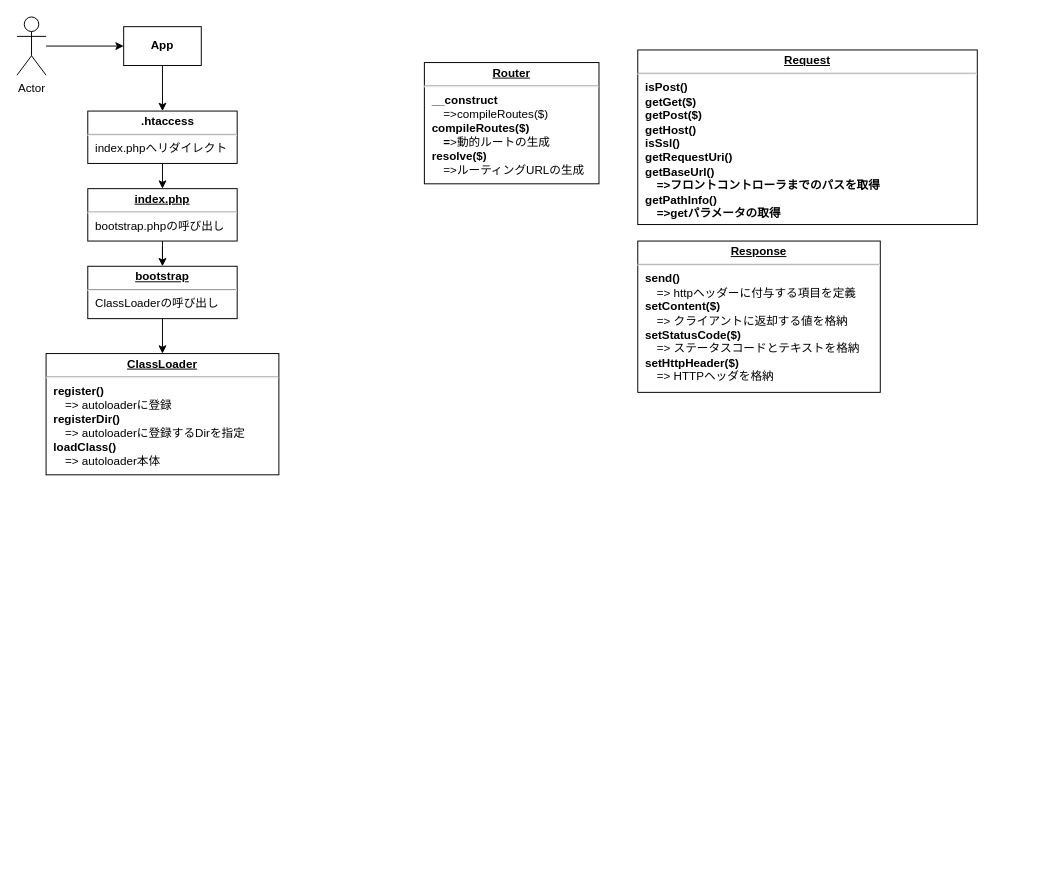
Before: document/Untitled Diagram.drawio in hanahageWanko/kakeibo, a draw.io diagram. Source tidied: cells renumbered, new cells numbered last; positions are measured from the earlier drawing's top-left corner, leaving out a move shared by most shapes. Both pictures are drawn from the tidied source at 97%, with x=0, y=0 at pixel (16, 16).
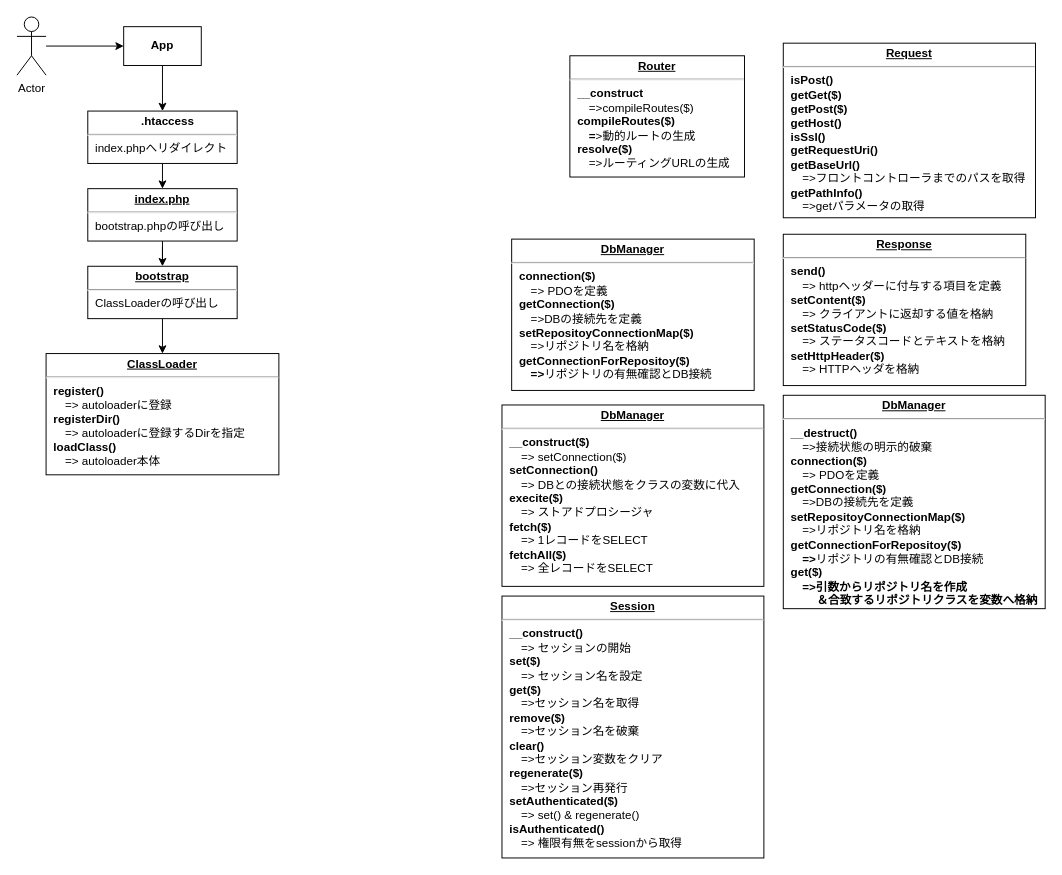
Above is the later version.

Change to the diagram source:
```diff
@@
 <mxGraphModel background="#ffffff">
   <root>
     <mxCell id="0" />
     <mxCell id="1" parent="0" />
     <mxCell id="2" value="&lt;p style=&quot;margin: 0px ; margin-top: 4px ; text-align: center ; text-decoration: underline&quot;&gt;&lt;b&gt;ClassLoader&lt;/b&gt;&lt;/p&gt;&lt;hr&gt;&lt;p style=&quot;margin: 0px ; margin-left: 8px&quot;&gt;&lt;b&gt;register()&lt;/b&gt;&lt;/p&gt;&lt;p style=&quot;margin: 0px ; margin-left: 8px&quot;&gt;　=&amp;gt; autoloaderに登録&lt;b&gt;&lt;br&gt;&lt;/b&gt;&lt;/p&gt;&lt;p style=&quot;margin: 0px ; margin-left: 8px&quot;&gt;&lt;b&gt;registerDir()&lt;/b&gt;&lt;/p&gt;&lt;p style=&quot;margin: 0px ; margin-left: 8px&quot;&gt;　=&amp;gt; autoloaderに登録するDirを指定&lt;b&gt;&lt;br&gt;&lt;/b&gt;&lt;/p&gt;&lt;p style=&quot;margin: 0px ; margin-left: 8px&quot;&gt;&lt;b&gt;loadClass()&lt;/b&gt;&lt;/p&gt;&lt;p style=&quot;margin: 0px ; margin-left: 8px&quot;&gt;　=&amp;gt; autoloader本体&lt;/p&gt;" style="verticalAlign=top;align=left;overflow=fill;fontSize=12;fontFamily=Helvetica;html=1;rounded=0;shadow=0;comic=0;labelBackgroundColor=none;strokeWidth=1;" parent="1" vertex="1">
       <mxGeometry x="30" y="347" width="240" height="125" as="geometry" />
     </mxCell>
     <mxCell id="3" style="edgeStyle=orthogonalEdgeStyle;rounded=0;jettySize=auto;html=1;exitX=0.5;exitY=1;exitDx=0;exitDy=0;entryX=0.5;entryY=0;entryDx=0;entryDy=0;" parent="1" edge="1" source="4" target="2">
       <mxGeometry relative="1" as="geometry" />
     </mxCell>
     <mxCell id="4" value="&lt;p style=&quot;margin: 0px ; margin-top: 4px ; text-align: center ; text-decoration: underline&quot;&gt;&lt;b&gt;bootstrap&lt;/b&gt;&lt;/p&gt;&lt;hr&gt;&lt;p style=&quot;margin: 0px ; margin-left: 8px&quot;&gt;ClassLoaderの呼び出し&lt;br&gt;&lt;/p&gt;&lt;p style=&quot;margin: 0px ; margin-left: 8px&quot;&gt;&lt;br&gt;&lt;/p&gt;" style="verticalAlign=top;align=left;overflow=fill;fontSize=12;fontFamily=Helvetica;html=1;rounded=0;shadow=0;comic=0;labelBackgroundColor=none;strokeWidth=1;" parent="1" vertex="1">
       <mxGeometry x="73" y="257" width="154" height="54" as="geometry" />
     </mxCell>
     <mxCell id="5" style="edgeStyle=orthogonalEdgeStyle;rounded=0;jettySize=auto;html=1;exitX=0.5;exitY=1;exitDx=0;exitDy=0;" parent="1" edge="1" source="6" target="4">
       <mxGeometry relative="1" as="geometry" />
     </mxCell>
     <mxCell id="6" value="&lt;p style=&quot;margin: 0px ; margin-top: 4px ; text-align: center ; text-decoration: underline&quot;&gt;&lt;b&gt;index.php&lt;/b&gt;&lt;/p&gt;&lt;hr&gt;&lt;p style=&quot;margin: 0px ; margin-left: 8px&quot;&gt;bootstrap.phpの呼び出し&lt;br&gt;&lt;/p&gt;&lt;p style=&quot;margin: 0px ; margin-left: 8px&quot;&gt;&lt;br&gt;&lt;/p&gt;" style="verticalAlign=top;align=left;overflow=fill;fontSize=12;fontFamily=Helvetica;html=1;rounded=0;shadow=0;comic=0;labelBackgroundColor=none;strokeWidth=1;" parent="1" vertex="1">
       <mxGeometry x="73" y="177" width="154" height="54" as="geometry" />
     </mxCell>
     <mxCell id="7" style="edgeStyle=orthogonalEdgeStyle;rounded=0;jettySize=auto;html=1;entryX=0;entryY=0.5;entryDx=0;entryDy=0;" parent="1" edge="1" source="8" target="10">
       <mxGeometry relative="1" as="geometry" />
     </mxCell>
     <mxCell id="8" value="Actor" style="shape=umlActor;verticalLabelPosition=bottom;verticalAlign=top;html=1;outlineConnect=0;" parent="1" vertex="1">
       <mxGeometry width="30" height="60" as="geometry" />
     </mxCell>
     <mxCell id="9" style="edgeStyle=orthogonalEdgeStyle;rounded=0;jettySize=auto;html=1;exitX=0.5;exitY=1;exitDx=0;exitDy=0;" parent="1" edge="1" source="10" target="12">
       <mxGeometry relative="1" as="geometry" />
     </mxCell>
     <mxCell id="10" value="App" style="rounded=0;whiteSpace=wrap;html=1;align=center;fontStyle=1;" parent="1" vertex="1">
       <mxGeometry x="110" y="10" width="80" height="40" as="geometry" />
     </mxCell>
     <mxCell id="11" style="edgeStyle=orthogonalEdgeStyle;rounded=0;jettySize=auto;html=1;exitX=0.5;exitY=1;exitDx=0;exitDy=0;entryX=0.5;entryY=0;entryDx=0;entryDy=0;" parent="1" edge="1" source="12" target="6">
       <mxGeometry relative="1" as="geometry" />
     </mxCell>
     <mxCell id="12" value="&lt;p style=&quot;margin: 0px ; margin-top: 4px ; text-align: center ; text-decoration: underline&quot;&gt;&lt;/p&gt;&lt;p style=&quot;text-align: center ; margin: 0px 0px 0px 8px&quot;&gt;&lt;b&gt;&amp;nbsp;.htaccess&lt;/b&gt;&lt;/p&gt;&lt;hr&gt;&lt;p style=&quot;margin: 0px ; margin-left: 8px&quot;&gt;index.phpへリダイレクト&lt;/p&gt;" style="verticalAlign=top;align=left;overflow=fill;fontSize=12;fontFamily=Helvetica;html=1;rounded=0;shadow=0;comic=0;labelBackgroundColor=none;strokeWidth=1;" parent="1" vertex="1">
       <mxGeometry x="73" y="97" width="154" height="54" as="geometry" />
     </mxCell>
-    <mxCell id="13" value="&lt;p style=&quot;margin: 0px ; margin-top: 4px ; text-align: center ; text-decoration: underline&quot;&gt;&lt;b&gt;Request&lt;/b&gt;&lt;/p&gt;&lt;hr&gt;&lt;p style=&quot;margin: 0px ; margin-left: 8px&quot;&gt;&lt;b&gt;isPost()&lt;/b&gt;&lt;/p&gt;&lt;p style=&quot;margin: 0px ; margin-left: 8px&quot;&gt;&lt;b&gt;getGet($)&lt;/b&gt;&lt;/p&gt;&lt;p style=&quot;margin: 0px ; margin-left: 8px&quot;&gt;&lt;b&gt;getPost($)&lt;/b&gt;&lt;/p&gt;&lt;p style=&quot;margin: 0px ; margin-left: 8px&quot;&gt;&lt;b&gt;getHost()&lt;/b&gt;&lt;/p&gt;&lt;p style=&quot;margin: 0px ; margin-left: 8px&quot;&gt;&lt;b&gt;isSsl()&lt;/b&gt;&lt;/p&gt;&lt;p style=&quot;margin: 0px ; margin-left: 8px&quot;&gt;&lt;b&gt;getRequestUri()&lt;/b&gt;&lt;/p&gt;&lt;p style=&quot;margin: 0px ; margin-left: 8px&quot;&gt;&lt;b&gt;getBaseUrl()&lt;/b&gt;&lt;/p&gt;&lt;p style=&quot;margin: 0px ; margin-left: 8px&quot;&gt;&lt;b&gt;　=&amp;gt;フロントコントローラまでのパスを取得&lt;/b&gt;&lt;/p&gt;&lt;p style=&quot;margin: 0px ; margin-left: 8px&quot;&gt;&lt;b&gt;getPathInfo()&lt;/b&gt;&lt;/p&gt;&lt;p style=&quot;margin: 0px ; margin-left: 8px&quot;&gt;&lt;b&gt;　=&amp;gt;getパラメータの取得&lt;/b&gt;&lt;/p&gt;" style="verticalAlign=top;align=left;overflow=fill;fontSize=12;fontFamily=Helvetica;html=1;rounded=0;shadow=0;comic=0;labelBackgroundColor=none;strokeWidth=1;" parent="1" vertex="1">
-      <mxGeometry x="640" y="34" width="350" height="180" as="geometry" />
+    <mxCell id="13" value="&lt;p style=&quot;margin: 0px ; margin-top: 4px ; text-align: center ; text-decoration: underline&quot;&gt;&lt;b&gt;Request&lt;/b&gt;&lt;/p&gt;&lt;hr&gt;&lt;p style=&quot;margin: 0px ; margin-left: 8px&quot;&gt;&lt;b&gt;isPost()&lt;/b&gt;&lt;/p&gt;&lt;p style=&quot;margin: 0px ; margin-left: 8px&quot;&gt;&lt;b&gt;getGet($)&lt;/b&gt;&lt;/p&gt;&lt;p style=&quot;margin: 0px ; margin-left: 8px&quot;&gt;&lt;b&gt;getPost($)&lt;/b&gt;&lt;/p&gt;&lt;p style=&quot;margin: 0px ; margin-left: 8px&quot;&gt;&lt;b&gt;getHost()&lt;/b&gt;&lt;/p&gt;&lt;p style=&quot;margin: 0px ; margin-left: 8px&quot;&gt;&lt;b&gt;isSsl()&lt;/b&gt;&lt;/p&gt;&lt;p style=&quot;margin: 0px ; margin-left: 8px&quot;&gt;&lt;b&gt;getRequestUri()&lt;/b&gt;&lt;/p&gt;&lt;p style=&quot;margin: 0px ; margin-left: 8px&quot;&gt;&lt;b&gt;getBaseUrl()&lt;/b&gt;&lt;/p&gt;&lt;p style=&quot;margin: 0px ; margin-left: 8px&quot;&gt;　=&amp;gt;フロントコントローラまでのパスを取得&lt;/p&gt;&lt;p style=&quot;margin: 0px ; margin-left: 8px&quot;&gt;&lt;b&gt;getPathInfo()&lt;/b&gt;&lt;/p&gt;&lt;p style=&quot;margin: 0px ; margin-left: 8px&quot;&gt;&lt;b&gt;　&lt;/b&gt;=&amp;gt;getパラメータの取得&lt;/p&gt;" style="verticalAlign=top;align=left;overflow=fill;fontSize=12;fontFamily=Helvetica;html=1;rounded=0;shadow=0;comic=0;labelBackgroundColor=none;strokeWidth=1;" parent="1" vertex="1">
+      <mxGeometry x="790" y="27" width="260" height="180" as="geometry" />
     </mxCell>
     <mxCell id="14" value="&lt;p style=&quot;margin: 0px ; margin-top: 4px ; text-align: center ; text-decoration: underline&quot;&gt;&lt;b&gt;Router&lt;/b&gt;&lt;/p&gt;&lt;hr&gt;&lt;p style=&quot;margin: 0px ; margin-left: 8px&quot;&gt;&lt;b&gt;__construct&lt;/b&gt;&lt;/p&gt;&lt;p style=&quot;margin: 0px ; margin-left: 8px&quot;&gt;&lt;b&gt;　&lt;/b&gt;=&amp;gt;compileRoutes($)&lt;/p&gt;&lt;p style=&quot;margin: 0px ; margin-left: 8px&quot;&gt;&lt;b&gt;compileRoutes($)&lt;/b&gt;&lt;/p&gt;&lt;p style=&quot;margin: 0px ; margin-left: 8px&quot;&gt;&lt;b&gt;　=&lt;/b&gt;&amp;gt;動的ルートの生成&lt;/p&gt;&lt;p style=&quot;margin: 0px ; margin-left: 8px&quot;&gt;&lt;b&gt;resolve($)&lt;/b&gt;&lt;/p&gt;&lt;p style=&quot;margin: 0px ; margin-left: 8px&quot;&gt;&lt;b&gt;　&lt;/b&gt;=&amp;gt;ルーティングURLの生成&lt;/p&gt;" style="verticalAlign=top;align=left;overflow=fill;fontSize=12;fontFamily=Helvetica;html=1;rounded=0;shadow=0;comic=0;labelBackgroundColor=none;strokeWidth=1;" parent="1" vertex="1">
-      <mxGeometry x="420" y="47" width="180" height="125" as="geometry" />
+      <mxGeometry x="570" y="40" width="180" height="125" as="geometry" />
     </mxCell>
     <mxCell id="15" value="&lt;p style=&quot;margin: 0px ; margin-top: 4px ; text-align: center ; text-decoration: underline&quot;&gt;&lt;b&gt;Response&lt;/b&gt;&lt;/p&gt;&lt;hr&gt;&lt;p style=&quot;margin: 0px ; margin-left: 8px&quot;&gt;&lt;b&gt;send()&lt;/b&gt;&lt;/p&gt;&lt;p style=&quot;margin: 0px ; margin-left: 8px&quot;&gt;&lt;b&gt;　&lt;/b&gt;=&amp;gt; httpヘッダーに付与する項目を定義&lt;/p&gt;&lt;p style=&quot;margin: 0px ; margin-left: 8px&quot;&gt;&lt;b&gt;setContent($)&lt;/b&gt;&lt;/p&gt;&lt;p style=&quot;margin: 0px ; margin-left: 8px&quot;&gt;&lt;b&gt;　&lt;/b&gt;=&amp;gt; クライアントに返却する値を格納&lt;/p&gt;&lt;p style=&quot;margin: 0px ; margin-left: 8px&quot;&gt;&lt;b&gt;setStatusCode($)&lt;/b&gt;&lt;/p&gt;&lt;p style=&quot;margin: 0px ; margin-left: 8px&quot;&gt;&lt;b&gt;　&lt;/b&gt;=&amp;gt; ステータスコードとテキストを格納&lt;/p&gt;&lt;p style=&quot;margin: 0px ; margin-left: 8px&quot;&gt;&lt;b&gt;setHttpHeader($)&lt;/b&gt;&lt;/p&gt;&lt;p style=&quot;margin: 0px ; margin-left: 8px&quot;&gt;&lt;b&gt;　&lt;/b&gt;=&amp;gt; HTTPヘッダを格納&lt;/p&gt;" style="verticalAlign=top;align=left;overflow=fill;fontSize=12;fontFamily=Helvetica;html=1;rounded=0;shadow=0;comic=0;labelBackgroundColor=none;strokeWidth=1;" parent="1" vertex="1">
-      <mxGeometry x="640" y="231" width="250" height="156" as="geometry" />
+      <mxGeometry x="790" y="224" width="250" height="156" as="geometry" />
     </mxCell>
+    <mxCell id="16" value="&lt;p style=&quot;margin: 0px ; margin-top: 4px ; text-align: center ; text-decoration: underline&quot;&gt;&lt;b&gt;DbManager&lt;/b&gt;&lt;/p&gt;&lt;hr&gt;&lt;p style=&quot;margin: 0px ; margin-left: 8px&quot;&gt;&lt;b&gt;__destruct()&lt;/b&gt;&lt;/p&gt;&lt;p style=&quot;margin: 0px ; margin-left: 8px&quot;&gt;　=&amp;gt;接続状態の明示的破棄&lt;/p&gt;&lt;p style=&quot;margin: 0px ; margin-left: 8px&quot;&gt;&lt;b&gt;connection($)&lt;/b&gt;&lt;/p&gt;&lt;p style=&quot;margin: 0px ; margin-left: 8px&quot;&gt;&lt;b&gt;　&lt;/b&gt;=&amp;gt; PDOを定義&lt;/p&gt;&lt;p style=&quot;margin: 0px ; margin-left: 8px&quot;&gt;&lt;b&gt;getConnection($)&lt;/b&gt;&lt;/p&gt;&lt;p style=&quot;margin: 0px ; margin-left: 8px&quot;&gt;&lt;b&gt;　&lt;/b&gt;=&amp;gt;DBの接続先を定義&lt;/p&gt;&lt;p style=&quot;margin: 0px ; margin-left: 8px&quot;&gt;&lt;b&gt;setRepositoyConnectionMap($)&lt;/b&gt;&lt;/p&gt;&lt;p style=&quot;margin: 0px ; margin-left: 8px&quot;&gt;&lt;b&gt;　&lt;/b&gt;=&amp;gt;リポジトリ名を格納&lt;/p&gt;&lt;p style=&quot;margin: 0px ; margin-left: 8px&quot;&gt;&lt;b&gt;getConnectionForRepositoy($)&lt;/b&gt;&lt;/p&gt;&lt;p style=&quot;margin: 0px ; margin-left: 8px&quot;&gt;&lt;b&gt;　=&amp;gt;&lt;/b&gt;リポジトリの有無確認とDB接続&lt;/p&gt;&lt;p style=&quot;margin: 0px ; margin-left: 8px&quot;&gt;&lt;b&gt;get($)&lt;/b&gt;&lt;/p&gt;&lt;p style=&quot;margin: 0px ; margin-left: 8px&quot;&gt;&lt;b&gt;　=&amp;gt;引数からリポジトリ名を作成&lt;/b&gt;&lt;/p&gt;&lt;p style=&quot;margin: 0px ; margin-left: 8px&quot;&gt;&lt;b&gt;&amp;nbsp; &amp;nbsp; &amp;nbsp; &amp;nbsp; ＆合致するリポジトリクラスを変数へ格納&lt;/b&gt;&lt;/p&gt;" style="verticalAlign=top;align=left;overflow=fill;fontSize=12;fontFamily=Helvetica;html=1;rounded=0;shadow=0;comic=0;labelBackgroundColor=none;strokeWidth=1;" parent="1" vertex="1">
+      <mxGeometry x="790" y="390" width="270" height="220" as="geometry" />
+    </mxCell>
+    <mxCell id="17" value="&lt;p style=&quot;margin: 0px ; margin-top: 4px ; text-align: center ; text-decoration: underline&quot;&gt;&lt;b&gt;DbManager&lt;/b&gt;&lt;/p&gt;&lt;hr&gt;&lt;p style=&quot;margin: 0px ; margin-left: 8px&quot;&gt;&lt;b&gt;connection($)&lt;/b&gt;&lt;/p&gt;&lt;p style=&quot;margin: 0px ; margin-left: 8px&quot;&gt;&lt;b&gt;　&lt;/b&gt;=&amp;gt; PDOを定義&lt;/p&gt;&lt;p style=&quot;margin: 0px ; margin-left: 8px&quot;&gt;&lt;b&gt;getConnection($)&lt;/b&gt;&lt;/p&gt;&lt;p style=&quot;margin: 0px ; margin-left: 8px&quot;&gt;&lt;b&gt;　&lt;/b&gt;=&amp;gt;DBの接続先を定義&lt;/p&gt;&lt;p style=&quot;margin: 0px ; margin-left: 8px&quot;&gt;&lt;b&gt;setRepositoyConnectionMap($)&lt;/b&gt;&lt;/p&gt;&lt;p style=&quot;margin: 0px ; margin-left: 8px&quot;&gt;&lt;b&gt;　&lt;/b&gt;=&amp;gt;リポジトリ名を格納&lt;/p&gt;&lt;p style=&quot;margin: 0px ; margin-left: 8px&quot;&gt;&lt;b&gt;getConnectionForRepositoy($)&lt;/b&gt;&lt;/p&gt;&lt;p style=&quot;margin: 0px ; margin-left: 8px&quot;&gt;&lt;b&gt;　=&amp;gt;&lt;/b&gt;リポジトリの有無確認とDB接続&lt;/p&gt;" style="verticalAlign=top;align=left;overflow=fill;fontSize=12;fontFamily=Helvetica;html=1;rounded=0;shadow=0;comic=0;labelBackgroundColor=none;strokeWidth=1;" parent="1" vertex="1">
+      <mxGeometry x="510" y="229" width="250" height="156" as="geometry" />
+    </mxCell>
+    <mxCell id="18" value="&lt;p style=&quot;margin: 0px ; margin-top: 4px ; text-align: center ; text-decoration: underline&quot;&gt;&lt;b&gt;DbManager&lt;/b&gt;&lt;/p&gt;&lt;hr&gt;&lt;p style=&quot;margin: 0px ; margin-left: 8px&quot;&gt;&lt;b&gt;__construct($)&lt;/b&gt;&lt;/p&gt;&lt;p style=&quot;margin: 0px ; margin-left: 8px&quot;&gt;　=&amp;gt; setConnection($)&lt;/p&gt;&lt;p style=&quot;margin: 0px ; margin-left: 8px&quot;&gt;&lt;b&gt;setConnection()&lt;/b&gt;&lt;/p&gt;&lt;p style=&quot;margin: 0px ; margin-left: 8px&quot;&gt;　=&amp;gt; DBとの接続状態をクラスの変数に代入&lt;/p&gt;&lt;p style=&quot;margin: 0px ; margin-left: 8px&quot;&gt;&lt;b&gt;execite($)&lt;/b&gt;&lt;/p&gt;&lt;p style=&quot;margin: 0px ; margin-left: 8px&quot;&gt;　=&amp;gt; ストアドプロシージャ&lt;/p&gt;&lt;p style=&quot;margin: 0px ; margin-left: 8px&quot;&gt;&lt;b&gt;fetch($)&lt;/b&gt;&lt;/p&gt;&lt;p style=&quot;margin: 0px ; margin-left: 8px&quot;&gt;　=&amp;gt; 1レコードをSELECT&lt;/p&gt;&lt;p style=&quot;margin: 0px ; margin-left: 8px&quot;&gt;&lt;b&gt;fetchAll($)&lt;/b&gt;&lt;/p&gt;&lt;p style=&quot;margin: 0px ; margin-left: 8px&quot;&gt;　=&amp;gt; 全レコードをSELECT&lt;/p&gt;&lt;p style=&quot;margin: 0px ; margin-left: 8px&quot;&gt;&lt;br&gt;&lt;/p&gt;" style="verticalAlign=top;align=left;overflow=fill;fontSize=12;fontFamily=Helvetica;html=1;rounded=0;shadow=0;comic=0;labelBackgroundColor=none;strokeWidth=1;" parent="1" vertex="1">
+      <mxGeometry x="500" y="400" width="270" height="187" as="geometry" />
+    </mxCell>
+    <mxCell id="19" value="&lt;p style=&quot;margin: 0px ; margin-top: 4px ; text-align: center ; text-decoration: underline&quot;&gt;&lt;b&gt;Session&lt;/b&gt;&lt;/p&gt;&lt;hr&gt;&lt;p style=&quot;margin: 0px ; margin-left: 8px&quot;&gt;&lt;b&gt;__construct()&lt;/b&gt;&lt;/p&gt;&lt;p style=&quot;margin: 0px ; margin-left: 8px&quot;&gt;&lt;b&gt;　&lt;/b&gt;=&amp;gt; セッションの開始&lt;/p&gt;&lt;p style=&quot;margin: 0px ; margin-left: 8px&quot;&gt;&lt;b&gt;set($)&lt;/b&gt;&lt;/p&gt;&lt;p style=&quot;margin: 0px ; margin-left: 8px&quot;&gt;&lt;b&gt;　&lt;/b&gt;=&amp;gt; セッション名を設定&lt;/p&gt;&lt;p style=&quot;margin: 0px ; margin-left: 8px&quot;&gt;&lt;b&gt;get($)&lt;/b&gt;&lt;/p&gt;&lt;p style=&quot;margin: 0px ; margin-left: 8px&quot;&gt;&lt;b&gt;　&lt;/b&gt;=&amp;gt;セッション名を取得&lt;/p&gt;&lt;p style=&quot;margin: 0px ; margin-left: 8px&quot;&gt;&lt;b&gt;remove($)&lt;/b&gt;&lt;/p&gt;&lt;p style=&quot;margin: 0px ; margin-left: 8px&quot;&gt;　=&amp;gt;セッション名を破棄&lt;/p&gt;&lt;p style=&quot;margin: 0px ; margin-left: 8px&quot;&gt;&lt;b&gt;clear()&lt;/b&gt;&lt;/p&gt;&lt;p style=&quot;margin: 0px ; margin-left: 8px&quot;&gt;&lt;b&gt;　&lt;/b&gt;=&amp;gt;セッション変数をクリア&lt;/p&gt;&lt;p style=&quot;margin: 0px ; margin-left: 8px&quot;&gt;&lt;b&gt;regenerate($)&lt;/b&gt;&lt;/p&gt;&lt;p style=&quot;margin: 0px ; margin-left: 8px&quot;&gt;&lt;b&gt;　&lt;/b&gt;=&amp;gt;セッション再発行&lt;/p&gt;&lt;p style=&quot;margin: 0px ; margin-left: 8px&quot;&gt;&lt;b&gt;setAuthenticated($)&lt;/b&gt;&lt;/p&gt;&lt;p style=&quot;margin: 0px ; margin-left: 8px&quot;&gt;&lt;b&gt;　&lt;/b&gt;=&amp;gt; set() &amp;amp; regenerate()&lt;/p&gt;&lt;p style=&quot;margin: 0px ; margin-left: 8px&quot;&gt;&lt;b&gt;isAuthenticated()&lt;/b&gt;&lt;/p&gt;&lt;p style=&quot;margin: 0px ; margin-left: 8px&quot;&gt;&lt;b&gt;　&lt;/b&gt;=&amp;gt; 権限有無をsessionから取得&lt;/p&gt;" style="verticalAlign=top;align=left;overflow=fill;fontSize=12;fontFamily=Helvetica;html=1;rounded=0;shadow=0;comic=0;labelBackgroundColor=none;strokeWidth=1;" parent="1" vertex="1">
+      <mxGeometry x="500" y="597" width="270" height="270" as="geometry" />
+    </mxCell>
   </root>
 </mxGraphModel>
```
